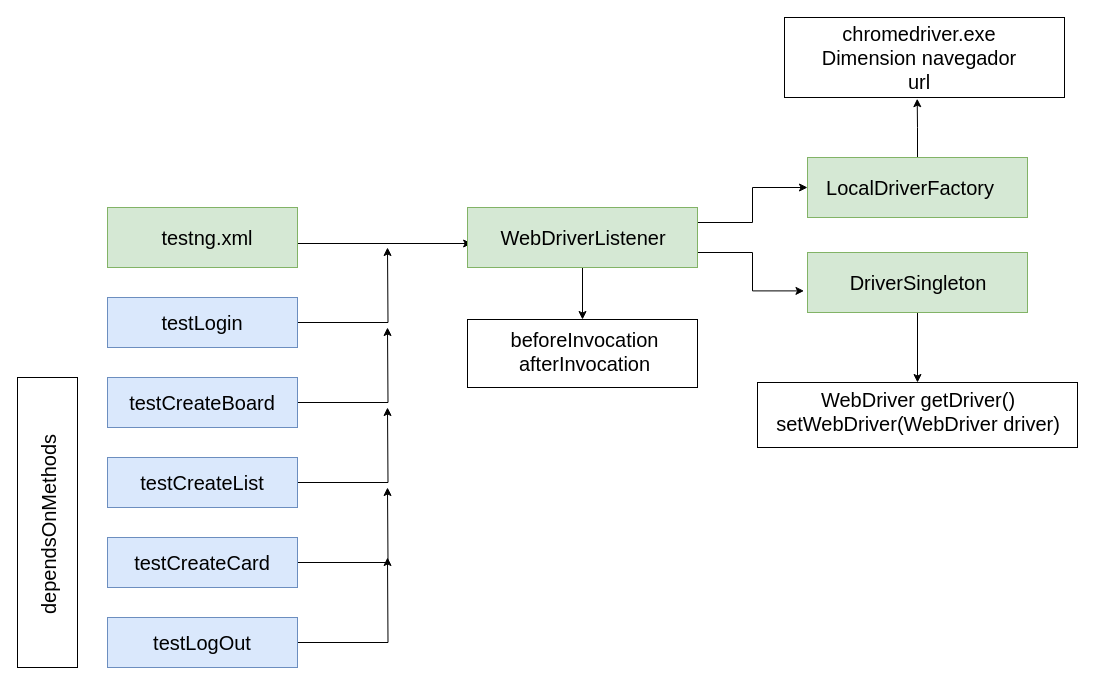
This is DiagramaDesarrollo.drawio from roacarlo/TrelloDemo, a draw.io file, before an edit. Source tidied: cells renumbered, new cells numbered last; positions are measured from the earlier drawing's top-left corner, leaving out a move shared by most shapes. Both pictures are drawn from the tidied source at 100%, with x=0, y=0 at pixel (-85, 17).
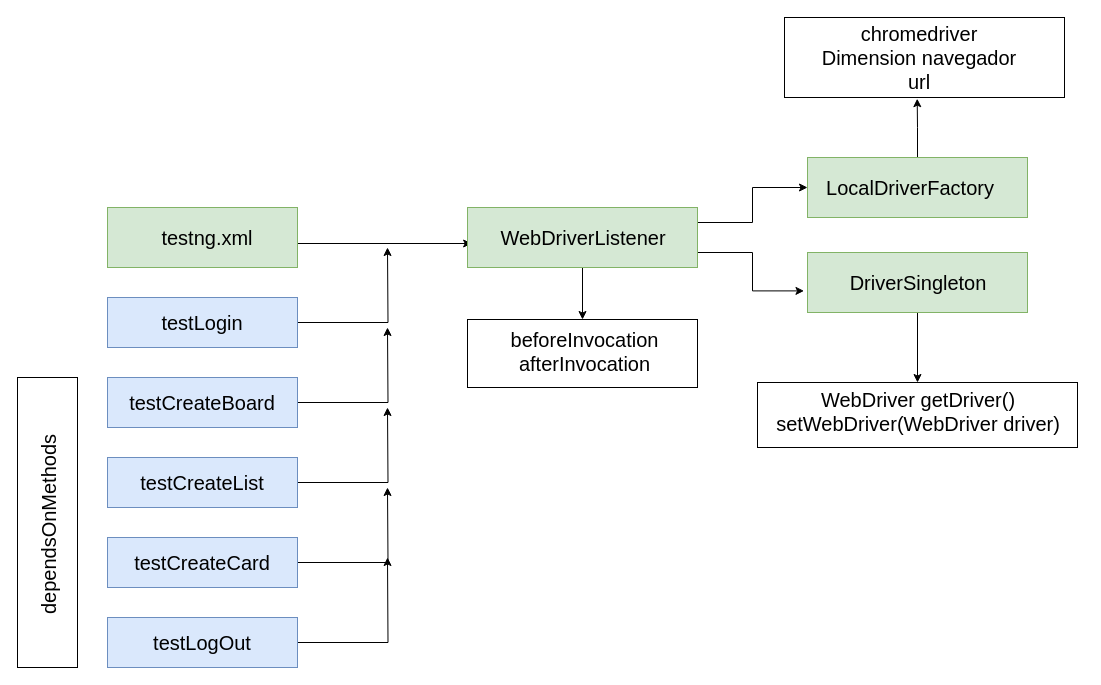
The same page after the edit.

What changed in the source:
```diff
@@
-    <mxCell id="19" value="&lt;div style=&quot;font-size: 20px;&quot;&gt;chromedriver.exe&lt;/div&gt;&lt;div style=&quot;font-size: 20px;&quot;&gt;&lt;span style=&quot;font-size: 20px;&quot;&gt;Dimension navegador&lt;/span&gt;&lt;/div&gt;&lt;span style=&quot;background-color: initial; font-size: 20px;&quot;&gt;url&lt;/span&gt;" style="text;html=1;strokeColor=none;fillColor=none;align=center;verticalAlign=middle;whiteSpace=wrap;rounded=0;fontSize=20;" parent="1" vertex="1">
+    <mxCell id="19" value="&lt;div style=&quot;font-size: 20px;&quot;&gt;chromedriver&lt;/div&gt;&lt;div style=&quot;font-size: 20px;&quot;&gt;&lt;span style=&quot;font-size: 20px;&quot;&gt;Dimension navegador&lt;/span&gt;&lt;/div&gt;&lt;span style=&quot;background-color: initial; font-size: 20px;&quot;&gt;url&lt;/span&gt;" style="text;html=1;strokeColor=none;fillColor=none;align=center;verticalAlign=middle;whiteSpace=wrap;rounded=0;fontSize=20;" parent="1" vertex="1">
       <mxGeometry x="859" y="25" width="290" height="30" as="geometry" />
     </mxCell>
```
